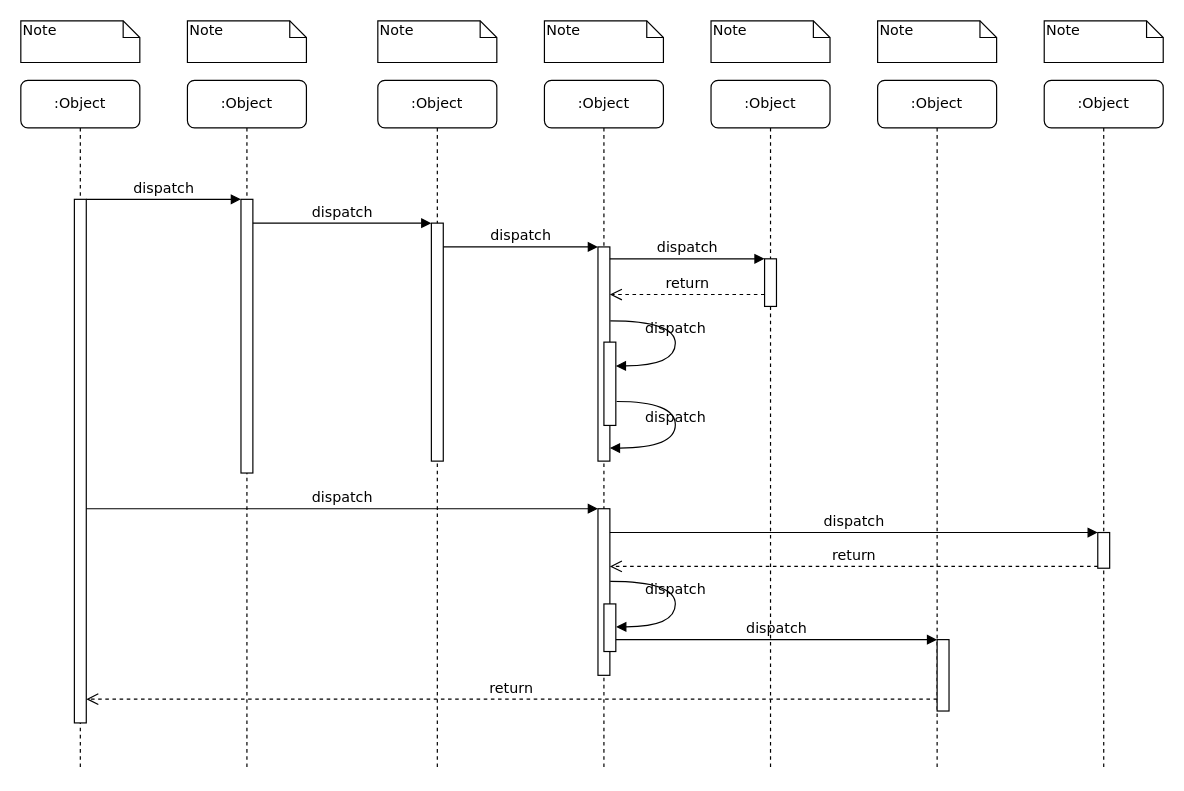
This is assets/css/UMLDiagrams.drawio from kjhhukhkh/apartment-management1, a draw.io file, before an edit. Source tidied: cells renumbered, new cells numbered last; positions are measured from the earlier drawing's top-left corner, leaving out a move shared by most shapes. Both pictures are drawn from the tidied source at 119%, with x=0, y=0 at pixel (20, 20).
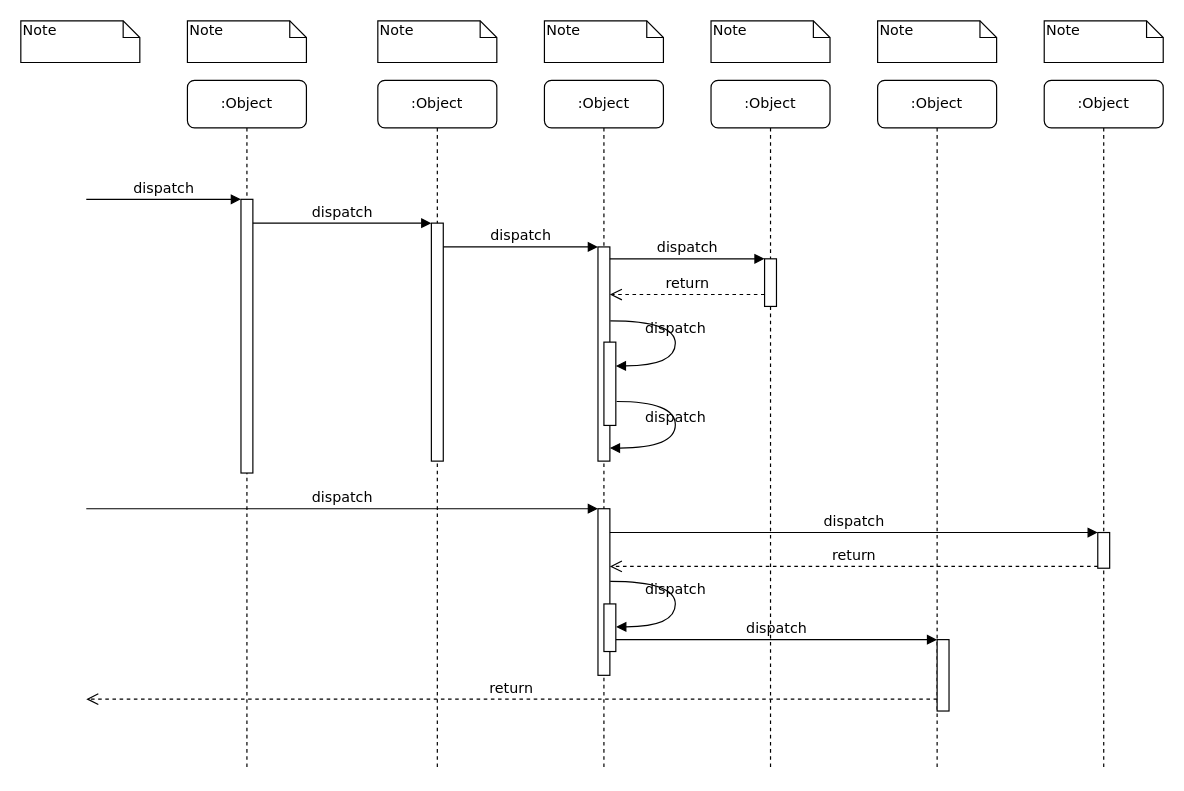
After the change.

Commit message:
Refactor: deleting an Object

The change refers to these unchanged cells:
```xml
<mxCell id="3" style="html=1;points=[];perimeter=orthogonalPerimeter;rounded=0;shadow=0;comic=0;labelBackgroundColor=none;strokeWidth=1;fontFamily=Verdana;fontSize=12;align=center;" parent="2" vertex="1">
  <mxGeometry x="45" y="100" width="10" height="230" as="geometry" />
</mxCell>
<mxCell id="17" style="html=1;points=[];perimeter=orthogonalPerimeter;rounded=0;shadow=0;comic=0;labelBackgroundColor=none;strokeWidth=1;fontFamily=Verdana;fontSize=12;align=center;" parent="1" vertex="1">
  <mxGeometry x="485" y="410" width="10" height="140" as="geometry" />
</mxCell>
<mxCell id="22" style="html=1;points=[];perimeter=orthogonalPerimeter;rounded=0;shadow=0;comic=0;labelBackgroundColor=none;strokeWidth=1;fontFamily=Verdana;fontSize=12;align=center;" parent="1" vertex="1">
  <mxGeometry x="770" y="520" width="10" height="60" as="geometry" />
</mxCell>
```

Diff of the diagram source:
```diff
@@
-    <mxCell id="10" value=":Object" style="shape=umlLifeline;perimeter=lifelinePerimeter;whiteSpace=wrap;html=1;rounded=1;shadow=0;comic=0;labelBackgroundColor=none;strokeWidth=1;fontFamily=Verdana;fontSize=12;align=center;" parent="1" vertex="1">
-      <mxGeometry y="50" width="100" height="580" as="geometry" />
-    </mxCell>
-    <mxCell id="11" style="html=1;points=[];perimeter=orthogonalPerimeter;rounded=0;shadow=0;comic=0;labelBackgroundColor=none;strokeWidth=1;fontFamily=Verdana;fontSize=12;align=center;" parent="10" vertex="1">
-      <mxGeometry x="45" y="100" width="10" height="440" as="geometry" />
-    </mxCell>
@@
-    <mxCell id="18" value="dispatch" style="html=1;verticalAlign=bottom;endArrow=block;entryX=0;entryY=0;labelBackgroundColor=none;fontFamily=Verdana;fontSize=12;" parent="1" edge="1" source="11" target="17">
-      <mxGeometry relative="1" as="geometry" />
+    <mxCell id="18" value="dispatch" style="html=1;verticalAlign=bottom;endArrow=block;entryX=0;entryY=0;labelBackgroundColor=none;fontFamily=Verdana;fontSize=12;" parent="1" edge="1" target="17">
+      <mxGeometry relative="1" as="geometry">
+        <mxPoint x="55" y="410" as="sourcePoint" />
+      </mxGeometry>
     </mxCell>
@@
-    <mxCell id="24" value="return" style="html=1;verticalAlign=bottom;endArrow=open;dashed=1;endSize=8;labelBackgroundColor=none;fontFamily=Verdana;fontSize=12;edgeStyle=elbowEdgeStyle;elbow=vertical;" parent="1" edge="1" source="22" target="11">
+    <mxCell id="24" value="return" style="html=1;verticalAlign=bottom;endArrow=open;dashed=1;endSize=8;labelBackgroundColor=none;fontFamily=Verdana;fontSize=12;edgeStyle=elbowEdgeStyle;elbow=vertical;" parent="1" edge="1" source="22">
       <mxGeometry relative="1" as="geometry">
+        <mxPoint x="55" y="570" as="targetPoint" />
         <Array as="points">
           <mxPoint x="470" y="570" />
         </Array>
       </mxGeometry>
     </mxCell>
-    <mxCell id="25" value="dispatch" style="html=1;verticalAlign=bottom;endArrow=block;entryX=0;entryY=0;labelBackgroundColor=none;fontFamily=Verdana;fontSize=12;edgeStyle=elbowEdgeStyle;elbow=vertical;" parent="1" edge="1" source="11" target="3">
-      <mxGeometry relative="1" as="geometry" />
+    <mxCell id="25" value="dispatch" style="html=1;verticalAlign=bottom;endArrow=block;entryX=0;entryY=0;labelBackgroundColor=none;fontFamily=Verdana;fontSize=12;edgeStyle=elbowEdgeStyle;elbow=vertical;" parent="1" edge="1" target="3">
+      <mxGeometry relative="1" as="geometry">
+        <mxPoint x="55" y="150" as="sourcePoint" />
+      </mxGeometry>
     </mxCell>
```
